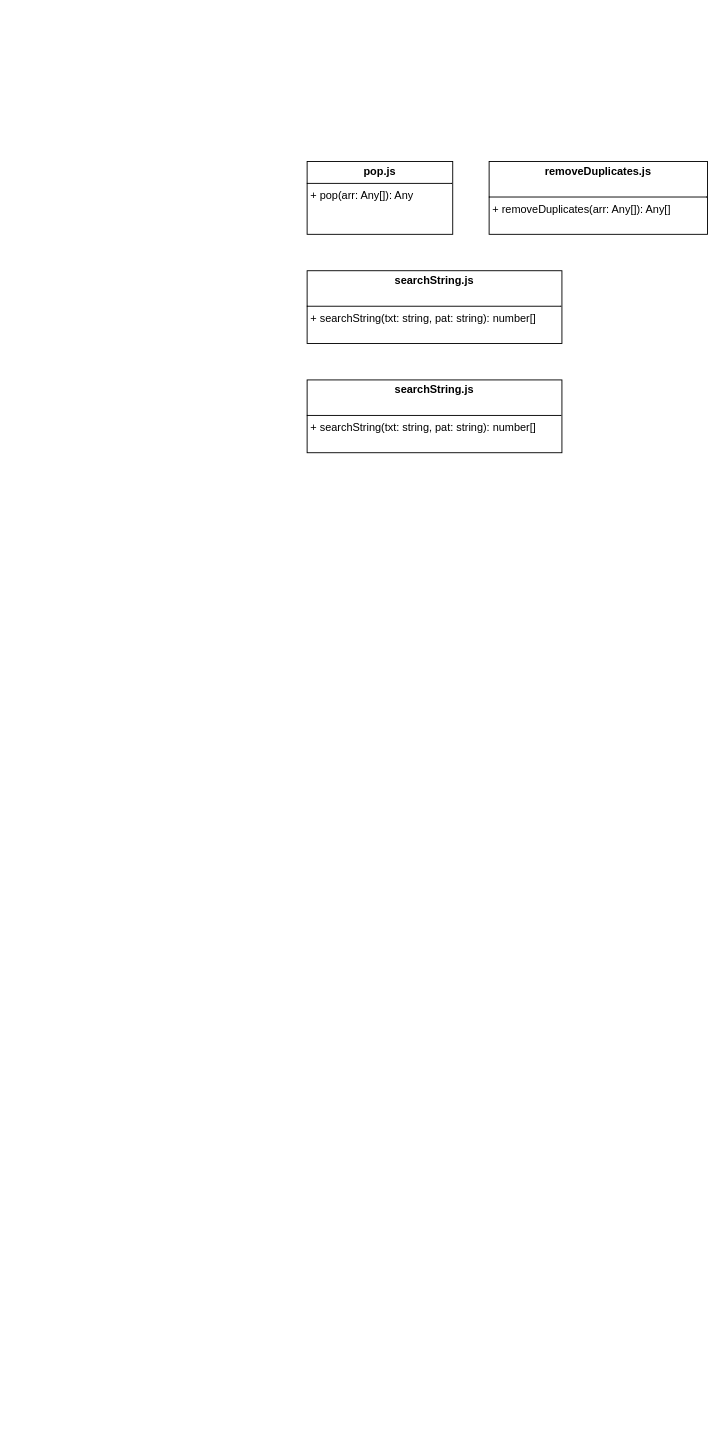
The draw.io diagram assets/uml diagrams/David UML Class Diagrams.drawio in DanPlus6/ICS3U1-Unit4Project, before the edit. Source tidied: cells renumbered, new cells numbered last; positions are measured from the earlier drawing's top-left corner, leaving out a move shared by most shapes. Both pictures are drawn from the tidied source at 91%, with x=0, y=0 at pixel (307, 161).
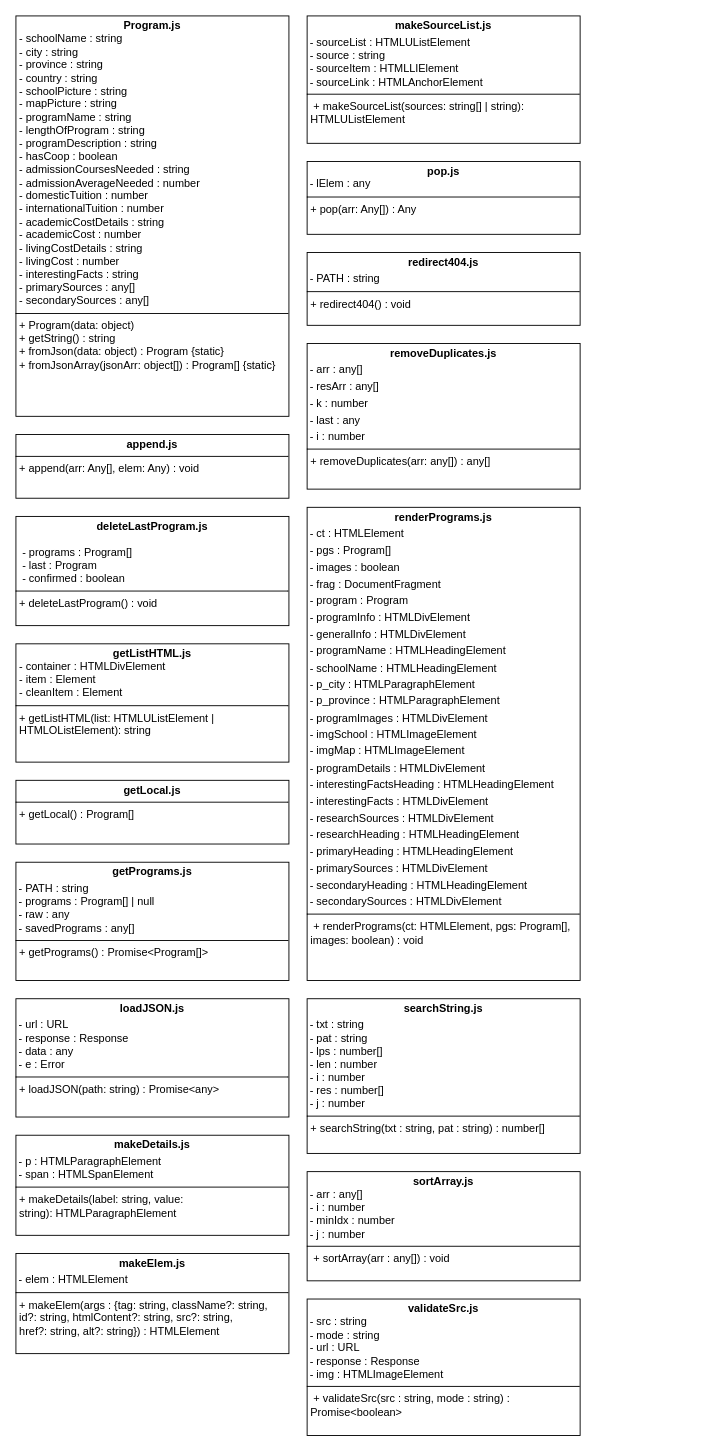
The same diagram, later.

Commit message (it also covers changes not shown here):
Fixed all uml class diagrams for standalone toolbox functions (yet to add dependency graph)

Change to the diagram source:
```diff
@@
 <mxGraphModel>
   <root>
     <mxCell id="0" />
     <mxCell id="1" parent="0" />
-    <mxCell id="2" value="&lt;p style=&quot;margin:0px;margin-top:4px;text-align:center;&quot;&gt;&lt;b&gt;pop.js&lt;/b&gt;&lt;/p&gt;&lt;hr size=&quot;1&quot; style=&quot;border-style:solid;&quot;&gt;&lt;p style=&quot;margin:0px;margin-left:4px;&quot;&gt;&lt;/p&gt;&lt;div&gt;&lt;p style=&quot;margin:0px;margin-left:4px;&quot;&gt;+ pop(arr: Any[]): Any&lt;/p&gt;&lt;/div&gt;" style="verticalAlign=top;align=left;overflow=fill;html=1;whiteSpace=wrap;" parent="1" vertex="1">
-      <mxGeometry width="160" height="80" as="geometry" />
+    <mxCell id="2" value="&lt;p style=&quot;margin:0px;margin-top:4px;text-align:center;&quot;&gt;&lt;b&gt;pop.js&lt;/b&gt;&lt;/p&gt;&amp;nbsp;- lElem : any&lt;br&gt;&lt;hr size=&quot;1&quot; style=&quot;border-style:solid;&quot;&gt;&lt;p style=&quot;margin:0px;margin-left:4px;&quot;&gt;&lt;/p&gt;&lt;div&gt;&lt;p style=&quot;margin:0px;margin-left:4px;&quot;&gt;+ pop(arr: Any[]) : Any&lt;/p&gt;&lt;/div&gt;" style="verticalAlign=top;align=left;overflow=fill;html=1;whiteSpace=wrap;" parent="1" vertex="1">
+      <mxGeometry width="300" height="80" as="geometry" />
     </mxCell>
-    <mxCell id="3" value="&lt;p style=&quot;margin:0px;margin-top:4px;text-align:center;&quot;&gt;&lt;b&gt;removeDuplicates.js&lt;/b&gt;&lt;/p&gt;&lt;p style=&quot;margin:0px;margin-left:4px;&quot;&gt;&lt;br&gt;&lt;/p&gt;&lt;div&gt;&lt;hr size=&quot;1&quot; style=&quot;border-style:solid;&quot;&gt;&lt;p style=&quot;margin:0px;margin-left:4px;&quot;&gt;+ removeDuplicates(arr: Any[]): Any[]&lt;/p&gt;&lt;/div&gt;" style="verticalAlign=top;align=left;overflow=fill;html=1;whiteSpace=wrap;" parent="1" vertex="1">
-      <mxGeometry x="200" width="240" height="80" as="geometry" />
-    </mxCell>
-    <mxCell id="4" value="&lt;p style=&quot;text-align: center; margin: 4px 0px 0px;&quot;&gt;&lt;span style=&quot;background-color: transparent; text-align: left;&quot;&gt;&lt;b&gt;searchString&lt;/b&gt;&lt;/span&gt;&lt;b&gt;.js&lt;/b&gt;&lt;/p&gt;&lt;p style=&quot;margin:0px;margin-left:4px;&quot;&gt;&lt;br&gt;&lt;/p&gt;&lt;div&gt;&lt;hr size=&quot;1&quot; style=&quot;border-style:solid;&quot;&gt;&lt;p style=&quot;margin:0px;margin-left:4px;&quot;&gt;+ searchString(txt: string, pat: string): number[]&lt;/p&gt;&lt;/div&gt;" style="verticalAlign=top;align=left;overflow=fill;html=1;whiteSpace=wrap;" parent="1" vertex="1">
-      <mxGeometry y="120" width="280" height="80" as="geometry" />
-    </mxCell>
-    <mxCell id="5" value="&lt;p style=&quot;text-align: center; margin: 4px 0px 0px;&quot;&gt;&lt;span style=&quot;background-color: transparent; text-align: left;&quot;&gt;&lt;b&gt;searchString&lt;/b&gt;&lt;/span&gt;&lt;b&gt;.js&lt;/b&gt;&lt;/p&gt;&lt;p style=&quot;margin:0px;margin-left:4px;&quot;&gt;&lt;br&gt;&lt;/p&gt;&lt;div&gt;&lt;hr size=&quot;1&quot; style=&quot;border-style:solid;&quot;&gt;&lt;p style=&quot;margin:0px;margin-left:4px;&quot;&gt;+ searchString(txt: string, pat: string): number[]&lt;/p&gt;&lt;/div&gt;" style="verticalAlign=top;align=left;overflow=fill;html=1;whiteSpace=wrap;" parent="1" vertex="1">
-      <mxGeometry y="240" width="280" height="80" as="geometry" />
-    </mxCell>
+    <mxCell id="6" value="&lt;p style=&quot;margin:0px;margin-top:4px;text-align:center;&quot;&gt;&lt;b&gt;Program.js&lt;/b&gt;&lt;/p&gt;&lt;p style=&quot;margin:0px;margin-left:4px;&quot;&gt;- schoolName : string&lt;br&gt;- city : string&lt;br&gt;- province : string&lt;br&gt;- country : string&lt;br&gt;- schoolPicture : string&lt;br&gt;- mapPicture : string&lt;br&gt;- programName : string&lt;br&gt;- lengthOfProgram : string&lt;br&gt;- programDescription : string&lt;br&gt;- hasCoop : boolean&lt;br&gt;- admissionCoursesNeeded : string&lt;br&gt;- admissionAverageNeeded : number&lt;br&gt;- domesticTuition : number&lt;br&gt;- internationalTuition : number&lt;br&gt;- academicCostDetails : string&lt;br&gt;- academicCost : number&lt;br&gt;- livingCostDetails : string&lt;br&gt;- livingCost : number&lt;br&gt;- interestingFacts : string&lt;br&gt;- primarySources : any[]&lt;br&gt;- secondarySources : any[]&lt;/p&gt;&lt;div&gt;&lt;hr size=&quot;1&quot; style=&quot;border-style:solid;&quot;&gt;&lt;p style=&quot;margin:0px;margin-left:4px;&quot;&gt;+ Program(data: object)&lt;br&gt;+ getString() : string&lt;br&gt;+ fromJson(data: object) : Program {static}&lt;br&gt;+ fromJsonArray(jsonArr: object[]) : Program[] {static}&lt;/p&gt;&lt;/div&gt;" style="verticalAlign=top;align=left;overflow=fill;html=1;whiteSpace=wrap;" parent="1" vertex="1">
+      <mxGeometry x="-320" y="-160" width="300" height="440" as="geometry" />
+    </mxCell>
+    <mxCell id="7" value="&lt;p style=&quot;text-align: center; margin: 4px 0px 0px;&quot;&gt;&lt;span style=&quot;background-color: transparent; text-align: left;&quot;&gt;&lt;b&gt;deleteLastProgram&lt;/b&gt;&lt;/span&gt;&lt;b&gt;.js&lt;/b&gt;&lt;/p&gt;&lt;p style=&quot;margin:0px;margin-left:4px;&quot;&gt;&lt;br&gt;&amp;nbsp;- programs : Program[]&lt;br&gt;&amp;nbsp;- last : Program&lt;br&gt;&amp;nbsp;- confirmed : boolean&lt;/p&gt;&lt;div&gt;&lt;hr size=&quot;1&quot; style=&quot;border-style:solid;&quot;&gt;&lt;p style=&quot;margin:0px;margin-left:4px;&quot;&gt;+ deleteLastProgram() : void&lt;/p&gt;&lt;/div&gt;" style="verticalAlign=top;align=left;overflow=fill;html=1;whiteSpace=wrap;" parent="1" vertex="1">
+      <mxGeometry x="-320" y="390" width="300" height="120" as="geometry" />
+    </mxCell>
+    <mxCell id="8" value="&lt;p style=&quot;text-align: center; margin: 4px 0px 0px;&quot;&gt;&lt;span style=&quot;background-color: transparent; text-align: left;&quot;&gt;&lt;b&gt;getListHTML&lt;/b&gt;&lt;/span&gt;&lt;b&gt;.js&lt;/b&gt;&lt;/p&gt;&lt;p style=&quot;margin:0px;margin-left:4px;&quot;&gt;- container : HTMLDivElement&lt;br&gt; - item : Element&lt;br&gt; - cleanItem : Element&lt;/p&gt;&lt;div&gt;&lt;hr size=&quot;1&quot; style=&quot;border-style:solid;&quot;&gt;&lt;p style=&quot;margin:0px;margin-left:4px;&quot;&gt;+ getListHTML(list: HTMLUListElement | HTMLOListElement): string&lt;/p&gt;&lt;/div&gt;" style="verticalAlign=top;align=left;overflow=fill;html=1;whiteSpace=wrap;" parent="1" vertex="1">
+      <mxGeometry x="-320" y="530" width="300" height="130" as="geometry" />
+    </mxCell>
+    <mxCell id="9" value="&lt;p style=&quot;margin:0px;margin-top:4px;text-align:center;&quot;&gt;&lt;b&gt;append.js&lt;/b&gt;&lt;/p&gt;&lt;hr size=&quot;1&quot; style=&quot;border-style:solid;&quot;&gt;&lt;p style=&quot;margin:0px;margin-left:4px;&quot;&gt;&lt;/p&gt;&lt;div&gt;&lt;p style=&quot;margin:0px;margin-left:4px;&quot;&gt;+ append(arr: Any[], elem: Any) : void&lt;/p&gt;&lt;/div&gt;" style="verticalAlign=top;align=left;overflow=fill;html=1;whiteSpace=wrap;" parent="1" vertex="1">
+      <mxGeometry x="-320" y="300" width="300" height="70" as="geometry" />
+    </mxCell>
+    <mxCell id="10" value="&lt;p style=&quot;text-align: center; margin: 4px 0px 0px;&quot;&gt;&lt;span style=&quot;background-color: transparent; text-align: left;&quot;&gt;&lt;b&gt;getLocal&lt;/b&gt;&lt;/span&gt;&lt;b&gt;.js&lt;/b&gt;&lt;/p&gt;&lt;hr size=&quot;1&quot; style=&quot;border-style:solid;&quot;&gt;&lt;p style=&quot;margin:0px;margin-left:4px;&quot;&gt;&lt;/p&gt;&lt;div&gt;&lt;p style=&quot;margin:0px;margin-left:4px;&quot;&gt;+ getLocal() : Program[]&lt;/p&gt;&lt;/div&gt;" style="verticalAlign=top;align=left;overflow=fill;html=1;whiteSpace=wrap;" parent="1" vertex="1">
+      <mxGeometry x="-320" y="680" width="300" height="70" as="geometry" />
+    </mxCell>
+    <mxCell id="11" value="&lt;p style=&quot;text-align: center; margin: 4px 0px 0px;&quot;&gt;&lt;span style=&quot;background-color: transparent; text-align: left;&quot;&gt;&lt;b&gt;getPrograms&lt;/b&gt;&lt;/span&gt;&lt;b&gt;.js&lt;/b&gt;&lt;/p&gt;&lt;p style=&quot;margin: 4px 0px 0px;&quot;&gt;&amp;nbsp;- PATH : string&lt;br&gt;&amp;nbsp;- programs : Program[] | null&lt;br&gt;&amp;nbsp;- raw : any&lt;br&gt;&amp;nbsp;- savedPrograms : any[]&lt;/p&gt;&lt;hr size=&quot;1&quot; style=&quot;border-style:solid;&quot;&gt;&lt;p style=&quot;margin:0px;margin-left:4px;&quot;&gt;&lt;/p&gt;&lt;div&gt;&lt;p style=&quot;margin:0px;margin-left:4px;&quot;&gt;+ getPrograms() : Promise&amp;lt;Program[]&amp;gt;&lt;/p&gt;&lt;/div&gt;" style="verticalAlign=top;align=left;overflow=fill;html=1;whiteSpace=wrap;" parent="1" vertex="1">
+      <mxGeometry x="-320" y="770" width="300" height="130" as="geometry" />
+    </mxCell>
+    <mxCell id="12" value="&lt;p style=&quot;margin:0px;margin-top:4px;text-align:center;&quot;&gt;&lt;b&gt;loadJSON.js&lt;/b&gt;&lt;/p&gt;&lt;p style=&quot;margin: 4px 0px 0px;&quot;&gt;&amp;nbsp;- url : URL&lt;br&gt;&amp;nbsp;- response : Response&lt;br&gt;&amp;nbsp;- data : any&lt;br&gt;&amp;nbsp;- e : Error&lt;/p&gt;&lt;hr size=&quot;1&quot; style=&quot;border-style:solid;&quot;&gt;&lt;p style=&quot;margin:0px;margin-left:4px;&quot;&gt;&lt;/p&gt;&lt;div&gt;&lt;p style=&quot;margin:0px;margin-left:4px;&quot;&gt;+ loadJSON(path: string) : Promise&amp;lt;any&amp;gt;&lt;/p&gt;&lt;/div&gt;" style="verticalAlign=top;align=left;overflow=fill;html=1;whiteSpace=wrap;" parent="1" vertex="1">
+      <mxGeometry x="-320" y="920" width="300" height="130" as="geometry" />
+    </mxCell>
+    <mxCell id="13" value="&lt;p style=&quot;text-align: center; margin: 4px 0px 0px;&quot;&gt;&lt;span style=&quot;background-color: transparent; text-align: left;&quot;&gt;&lt;b&gt;makeElem&lt;/b&gt;&lt;/span&gt;&lt;b&gt;.js&lt;/b&gt;&lt;/p&gt;&lt;p style=&quot;margin: 4px 0px 0px;&quot;&gt;&amp;nbsp;- elem : HTMLElement&lt;b&gt;&lt;/b&gt;&lt;/p&gt;&lt;hr size=&quot;1&quot; style=&quot;border-style:solid;&quot;&gt;&lt;p style=&quot;margin:0px;margin-left:4px;&quot;&gt;&lt;/p&gt;&lt;div&gt;&lt;p style=&quot;margin:0px;margin-left:4px;&quot;&gt;+ makeElem(args : {tag: string,&amp;nbsp;className?: string,&lt;br&gt;    id?: string,&amp;nbsp;htmlContent?: string,&amp;nbsp;src?: string,&lt;br&gt;    href?: string,&amp;nbsp;alt?: string}) : HTMLElement&lt;/p&gt;&lt;/div&gt;" style="verticalAlign=top;align=left;overflow=fill;html=1;whiteSpace=wrap;" parent="1" vertex="1">
+      <mxGeometry x="-320" y="1200" width="300" height="110" as="geometry" />
+    </mxCell>
+    <mxCell id="14" value="&lt;p style=&quot;text-align: center; margin: 4px 0px 0px;&quot;&gt;&lt;span style=&quot;background-color: transparent; text-align: left;&quot;&gt;&lt;b&gt;makeDetails&lt;/b&gt;&lt;/span&gt;&lt;b&gt;.js&lt;/b&gt;&lt;/p&gt;&lt;p style=&quot;margin: 4px 0px 0px;&quot;&gt;&amp;nbsp;- p : HTMLParagraphElement&lt;br&gt;&amp;nbsp;- span : HTMLSpanElement&lt;b&gt;&lt;/b&gt;&lt;/p&gt;&lt;hr size=&quot;1&quot; style=&quot;border-style:solid;&quot;&gt;&lt;p style=&quot;margin:0px;margin-left:4px;&quot;&gt;&lt;/p&gt;&lt;div&gt;&lt;p style=&quot;margin:0px;margin-left:4px;&quot;&gt;+ makeDetails(label: string, value: string):&amp;nbsp;HTMLParagraphElement&lt;/p&gt;&lt;/div&gt;" style="verticalAlign=top;align=left;overflow=fill;html=1;whiteSpace=wrap;" parent="1" vertex="1">
+      <mxGeometry x="-320" y="1070" width="300" height="110" as="geometry" />
+    </mxCell>
+    <mxCell id="15" value="&lt;p style=&quot;text-align: center; margin: 4px 0px 0px;&quot;&gt;&lt;span style=&quot;background-color: transparent; text-align: left;&quot;&gt;&lt;b&gt;makeSourceList&lt;/b&gt;&lt;/span&gt;&lt;b&gt;.js&lt;/b&gt;&lt;/p&gt;&lt;p style=&quot;margin: 4px 0px 0px;&quot;&gt;&amp;nbsp;- sourceList : HTMLUListElement&lt;br&gt;&amp;nbsp;- source : string&lt;br&gt;&amp;nbsp;- sourceItem : HTMLLIElement&lt;br&gt;&amp;nbsp;- sourceLink : HTMLAnchorElement&lt;b&gt;&lt;/b&gt;&lt;/p&gt;&lt;hr size=&quot;1&quot; style=&quot;border-style:solid;&quot;&gt;&lt;p style=&quot;margin:0px;margin-left:4px;&quot;&gt;&lt;/p&gt;&lt;div&gt;&lt;p style=&quot;margin:0px;margin-left:4px;&quot;&gt;&amp;nbsp;+ makeSourceList(sources: string[] | string): HTMLUListElement&lt;br&gt;&lt;br&gt;&lt;/p&gt;&lt;/div&gt;" style="verticalAlign=top;align=left;overflow=fill;html=1;whiteSpace=wrap;" parent="1" vertex="1">
+      <mxGeometry y="-160" width="300" height="140" as="geometry" />
+    </mxCell>
+    <mxCell id="16" value="&lt;p style=&quot;margin:0px;margin-top:4px;text-align:center;&quot;&gt;&lt;b&gt;redirect404.js&lt;/b&gt;&lt;/p&gt;&lt;p style=&quot;margin: 4px 0px 0px;&quot;&gt;&amp;nbsp;- PATH : string&lt;br&gt;&lt;/p&gt;&lt;hr size=&quot;1&quot; style=&quot;border-style:solid;&quot;&gt;&lt;p style=&quot;margin:0px;margin-left:4px;&quot;&gt;&lt;/p&gt;&lt;div&gt;&lt;p style=&quot;margin:0px;margin-left:4px;&quot;&gt;+ redirect404() : void&lt;br&gt;&lt;/p&gt;&lt;/div&gt;" style="verticalAlign=top;align=left;overflow=fill;html=1;whiteSpace=wrap;" parent="1" vertex="1">
+      <mxGeometry y="100" width="300" height="80" as="geometry" />
+    </mxCell>
+    <mxCell id="17" value="&lt;p style=&quot;text-align: center; margin: 4px 0px 0px;&quot;&gt;&lt;span style=&quot;background-color: transparent; text-align: left;&quot;&gt;&lt;b&gt;removeDuplicates&lt;/b&gt;&lt;/span&gt;&lt;b&gt;.js&lt;/b&gt;&lt;/p&gt;&lt;p style=&quot;margin: 4px 0px 0px;&quot;&gt;&amp;nbsp;- arr : any[]&lt;/p&gt;&lt;p style=&quot;margin: 4px 0px 0px;&quot;&gt;&amp;nbsp;- resArr : any[]&lt;/p&gt;&lt;p style=&quot;margin: 4px 0px 0px;&quot;&gt;&amp;nbsp;- k : number&lt;/p&gt;&lt;p style=&quot;margin: 4px 0px 0px;&quot;&gt;&amp;nbsp;- last : any&lt;/p&gt;&lt;p style=&quot;margin: 4px 0px 0px;&quot;&gt;&amp;nbsp;- i : number&lt;/p&gt;&lt;hr size=&quot;1&quot; style=&quot;border-style:solid;&quot;&gt;&lt;p style=&quot;margin:0px;margin-left:4px;&quot;&gt;&lt;/p&gt;&lt;div&gt;&lt;p style=&quot;margin:0px;margin-left:4px;&quot;&gt;+ removeDuplicates(arr: any[]) : any[]&lt;br&gt;&lt;/p&gt;&lt;/div&gt;" style="verticalAlign=top;align=left;overflow=fill;html=1;whiteSpace=wrap;" parent="1" vertex="1">
+      <mxGeometry y="200" width="300" height="160" as="geometry" />
+    </mxCell>
+    <mxCell id="18" value="&lt;p style=&quot;text-align: center; margin: 4px 0px 0px;&quot;&gt;&lt;span style=&quot;background-color: transparent; text-align: left;&quot;&gt;&lt;b&gt;renderPrograms&lt;/b&gt;&lt;/span&gt;&lt;b&gt;.js&lt;/b&gt;&lt;/p&gt;&lt;p style=&quot;margin: 4px 0px 0px;&quot;&gt;&amp;nbsp;- ct : HTMLElement&lt;/p&gt;&lt;p style=&quot;margin: 4px 0px 0px;&quot;&gt;&amp;nbsp;- pgs : Program[]&lt;/p&gt;&lt;p style=&quot;margin: 4px 0px 0px;&quot;&gt;&amp;nbsp;- images : boolean&lt;/p&gt;&lt;p style=&quot;margin: 4px 0px 0px;&quot;&gt;&amp;nbsp;- frag : DocumentFragment&lt;/p&gt;&lt;p style=&quot;margin: 4px 0px 0px;&quot;&gt;&amp;nbsp;- program : Program&lt;/p&gt;&lt;p style=&quot;margin: 4px 0px 0px;&quot;&gt;&amp;nbsp;- programInfo : HTMLDivElement&lt;/p&gt;&lt;p style=&quot;margin: 4px 0px 0px;&quot;&gt;&amp;nbsp;- generalInfo : HTMLDivElement&lt;/p&gt;&lt;p style=&quot;margin: 4px 0px 0px;&quot;&gt;&amp;nbsp;- programName : HTMLHeadingElement&lt;/p&gt;&lt;p style=&quot;margin: 4px 0px 0px;&quot;&gt;&amp;nbsp;- schoolName : HTMLHeadingElement&lt;/p&gt;&lt;p style=&quot;margin: 4px 0px 0px;&quot;&gt;&amp;nbsp;- p_city : HTMLParagraphElement&lt;/p&gt;&lt;p style=&quot;margin: 4px 0px 0px;&quot;&gt;&amp;nbsp;- p_province : HTMLParagraphElement&lt;/p&gt;&lt;p style=&quot;margin: 4px 0px 0px;&quot;&gt;&amp;nbsp;- programImages : HTMLDivElement&lt;/p&gt;&lt;p style=&quot;margin: 4px 0px 0px;&quot;&gt;&amp;nbsp;- imgSchool : HTMLImageElement&lt;/p&gt;&lt;p style=&quot;margin: 4px 0px 0px;&quot;&gt;&amp;nbsp;- imgMap : HTMLImageElement&lt;/p&gt;&lt;p style=&quot;margin: 4px 0px 0px;&quot;&gt;&amp;nbsp;- programDetails : HTMLDivElement&lt;/p&gt;&lt;p style=&quot;margin: 4px 0px 0px;&quot;&gt;&amp;nbsp;- interestingFactsHeading : HTMLHeadingElement&lt;/p&gt;&lt;p style=&quot;margin: 4px 0px 0px;&quot;&gt;&amp;nbsp;- interestingFacts : HTMLDivElement&lt;/p&gt;&lt;p style=&quot;margin: 4px 0px 0px;&quot;&gt;&amp;nbsp;- researchSources : HTMLDivElement&lt;/p&gt;&lt;p style=&quot;margin: 4px 0px 0px;&quot;&gt;&amp;nbsp;- researchHeading : HTMLHeadingElement&lt;/p&gt;&lt;p style=&quot;margin: 4px 0px 0px;&quot;&gt;&amp;nbsp;- primaryHeading : HTMLHeadingElement&lt;/p&gt;&lt;p style=&quot;margin: 4px 0px 0px;&quot;&gt;&amp;nbsp;- primarySources : HTMLDivElement&lt;/p&gt;&lt;p style=&quot;margin: 4px 0px 0px;&quot;&gt;&amp;nbsp;- secondaryHeading : HTMLHeadingElement&lt;/p&gt;&lt;p style=&quot;margin: 4px 0px 0px;&quot;&gt;&amp;nbsp;- secondarySources : HTMLDivElement&lt;/p&gt;&lt;hr size=&quot;1&quot; style=&quot;border-style:solid;&quot;&gt;&lt;p style=&quot;margin:0px;margin-left:4px;&quot;&gt;&lt;/p&gt;&lt;div&gt;&lt;p style=&quot;margin:0px;margin-left:4px;&quot;&gt;&amp;nbsp;+ renderPrograms(ct: HTMLElement, pgs: Program[], images: boolean) : void&lt;/p&gt;&lt;/div&gt;" style="verticalAlign=top;align=left;overflow=fill;html=1;whiteSpace=wrap;" parent="1" vertex="1">
+      <mxGeometry y="380" width="300" height="520" as="geometry" />
+    </mxCell>
+    <mxCell id="19" value="&lt;p style=&quot;text-align: center; margin: 4px 0px 0px;&quot;&gt;&lt;span style=&quot;background-color: transparent; text-align: left;&quot;&gt;&lt;b&gt;searchString&lt;/b&gt;&lt;/span&gt;&lt;b&gt;.js&lt;/b&gt;&lt;/p&gt;&lt;p style=&quot;margin: 4px 0px 0px;&quot;&gt;&amp;nbsp;- txt : string&lt;br&gt;&amp;nbsp;- pat : string&lt;br&gt;&amp;nbsp;- lps : number[]&lt;br&gt;&amp;nbsp;- len : number&lt;br&gt;&amp;nbsp;- i : number&lt;br&gt;&amp;nbsp;- res : number[]&lt;br&gt;&amp;nbsp;- j : number&lt;b&gt;&lt;/b&gt;&lt;/p&gt;&lt;hr size=&quot;1&quot; style=&quot;border-style:solid;&quot;&gt;&lt;p style=&quot;margin:0px;margin-left:4px;&quot;&gt;&lt;/p&gt;&lt;div&gt;&lt;p style=&quot;margin:0px;margin-left:4px;&quot;&gt; + searchString(txt : string, pat : string) : number[]&lt;br&gt;&lt;br&gt;&lt;/p&gt;&lt;/div&gt;" style="verticalAlign=top;align=left;overflow=fill;html=1;whiteSpace=wrap;" parent="1" vertex="1">
+      <mxGeometry y="920" width="300" height="170" as="geometry" />
+    </mxCell>
+    <mxCell id="20" value="&lt;p style=&quot;text-align: center; margin: 4px 0px 0px;&quot;&gt;&lt;span style=&quot;background-color: transparent; text-align: left;&quot;&gt;&lt;b&gt;sortArray&lt;/b&gt;&lt;/span&gt;&lt;b&gt;.js&lt;/b&gt;&lt;/p&gt;&amp;nbsp;- arr : any[]&lt;br&gt;&amp;nbsp;- i : number&lt;br&gt;&amp;nbsp;- minIdx : number&lt;br&gt;&amp;nbsp;- j : number&lt;hr size=&quot;1&quot; style=&quot;border-style:solid;&quot;&gt;&lt;p style=&quot;margin:0px;margin-left:4px;&quot;&gt;&lt;/p&gt;&lt;div&gt;&lt;p style=&quot;margin:0px;margin-left:4px;&quot;&gt;&amp;nbsp;+ sortArray(arr : any[]) : void&lt;br&gt;&lt;br&gt;&lt;br&gt;&lt;/p&gt;&lt;/div&gt;" style="verticalAlign=top;align=left;overflow=fill;html=1;whiteSpace=wrap;" parent="1" vertex="1">
+      <mxGeometry y="1110" width="300" height="120" as="geometry" />
+    </mxCell>
+    <mxCell id="21" value="&lt;p style=&quot;text-align: center; margin: 4px 0px 0px;&quot;&gt;&lt;span style=&quot;background-color: transparent; text-align: left;&quot;&gt;&lt;b&gt;validateSrc&lt;/b&gt;&lt;/span&gt;&lt;b&gt;.js&lt;/b&gt;&lt;/p&gt;&amp;nbsp;- src : string&lt;br&gt;&amp;nbsp;- mode : string&lt;br&gt;&amp;nbsp;- url : URL&lt;br&gt;&amp;nbsp;- response : Response&lt;br&gt;&amp;nbsp;- img : HTMLImageElement&lt;br&gt;&lt;hr size=&quot;1&quot; style=&quot;border-style:solid;&quot;&gt;&lt;p style=&quot;margin:0px;margin-left:4px;&quot;&gt;&lt;/p&gt;&lt;div&gt;&lt;p style=&quot;margin:0px;margin-left:4px;&quot;&gt;&amp;nbsp;+ validateSrc(src : string, mode : string) : Promise&amp;lt;boolean&amp;gt;&lt;br&gt;&lt;br&gt;&lt;/p&gt;&lt;/div&gt;" style="verticalAlign=top;align=left;overflow=fill;html=1;whiteSpace=wrap;" parent="1" vertex="1">
+      <mxGeometry y="1250" width="300" height="150" as="geometry" />
+    </mxCell>
   </root>
 </mxGraphModel>
```
